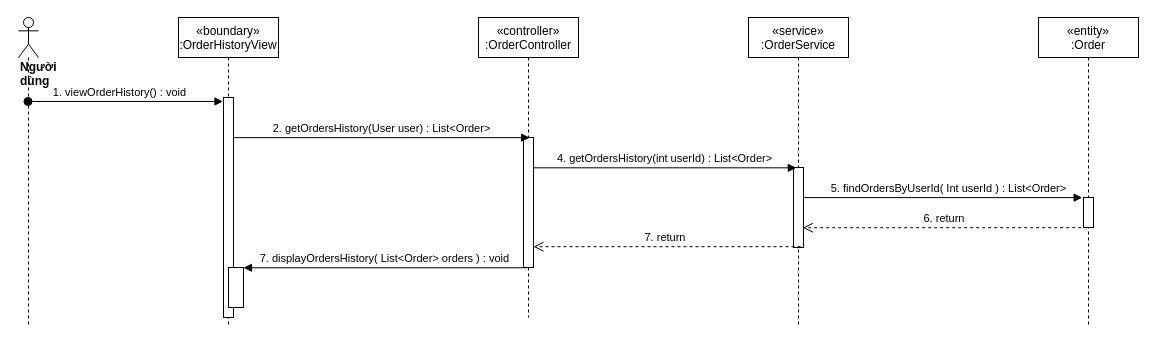
The draw.io diagram sequence diagram/getOrderHistory-sequence.drawio in nguyenphamvan/datn_20202, before the edit. Source tidied: cells renumbered, new cells numbered last; positions are measured from the earlier drawing's top-left corner, leaving out a move shared by most shapes. Both pictures are drawn from the tidied source at 100%, with x=0, y=0 at pixel (18, 17).
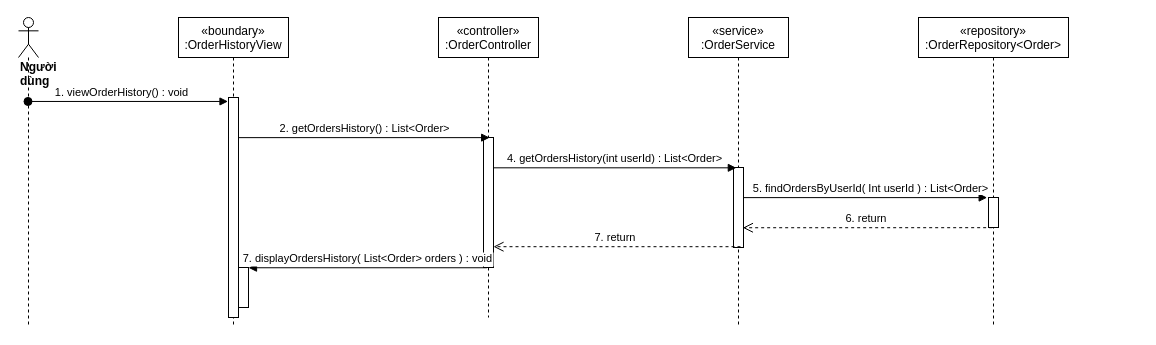
The same diagram, later.

Change to the diagram source:
```diff
@@
 <mxGraphModel>
   <root>
     <mxCell id="0" />
     <mxCell id="1" parent="0" />
     <mxCell id="2" value="«boundary»&#10;:OrderHistoryView" style="shape=umlLifeline;perimeter=lifelinePerimeter;rounded=0;shadow=0;strokeWidth=1;" parent="1" vertex="1">
-      <mxGeometry x="160" width="100" height="310" as="geometry" />
+      <mxGeometry x="160" width="110" height="310" as="geometry" />
     </mxCell>
     <mxCell id="3" style="points=[];perimeter=orthogonalPerimeter;rounded=0;shadow=0;strokeWidth=1;" parent="2" vertex="1">
-      <mxGeometry x="45" y="80" width="10" height="220" as="geometry" />
+      <mxGeometry x="50" y="80" width="10" height="220" as="geometry" />
     </mxCell>
     <mxCell id="4" style="html=1;points=[];perimeter=orthogonalPerimeter;" parent="2" vertex="1">
-      <mxGeometry x="50" y="250" width="15" height="40" as="geometry" />
+      <mxGeometry x="60" y="250" width="10" height="40" as="geometry" />
     </mxCell>
     <mxCell id="5" value="«controller»&#10;:OrderController" style="shape=umlLifeline;perimeter=lifelinePerimeter;rounded=0;shadow=0;strokeWidth=1;" parent="1" vertex="1">
-      <mxGeometry x="460" width="100" height="300" as="geometry" />
+      <mxGeometry x="420" width="100" height="300" as="geometry" />
     </mxCell>
     <mxCell id="6" style="points=[];perimeter=orthogonalPerimeter;rounded=0;shadow=0;strokeWidth=1;" parent="5" vertex="1">
       <mxGeometry x="45" y="120" width="10" height="130" as="geometry" />
     </mxCell>
     <mxCell id="7" value="&lt;div&gt;&lt;b&gt;Người dùng&lt;/b&gt;&lt;/div&gt;" style="shape=umlLifeline;participant=umlActor;perimeter=lifelinePerimeter;whiteSpace=wrap;html=1;verticalAlign=top;spacingTop=36;outlineConnect=0;align=left;" parent="1" vertex="1">
       <mxGeometry width="20" height="310" as="geometry" />
     </mxCell>
     <mxCell id="8" value="1. viewOrderHistory() : void" style="verticalAlign=bottom;startArrow=oval;endArrow=block;startSize=8;shadow=0;strokeWidth=1;entryX=-0.05;entryY=0.018;entryDx=0;entryDy=0;entryPerimeter=0;" parent="1" edge="1" source="7" target="3">
       <mxGeometry x="-0.06" relative="1" as="geometry" />
     </mxCell>
     <mxCell id="9" value="«service»&#10;:OrderService" style="shape=umlLifeline;perimeter=lifelinePerimeter;rounded=0;shadow=0;strokeWidth=1;" parent="1" vertex="1">
-      <mxGeometry x="730" width="100" height="310" as="geometry" />
+      <mxGeometry x="670" width="100" height="310" as="geometry" />
     </mxCell>
     <mxCell id="10" style="points=[];perimeter=orthogonalPerimeter;rounded=0;shadow=0;strokeWidth=1;" parent="9" vertex="1">
       <mxGeometry x="45" y="150" width="10" height="80" as="geometry" />
     </mxCell>
-    <mxCell id="11" value="2. getOrdersHistory(User user) : List&amp;lt;Order&amp;gt;" style="html=1;verticalAlign=bottom;endArrow=block;entryX=0.617;entryY=0.001;entryDx=0;entryDy=0;entryPerimeter=0;" parent="1" edge="1" source="3" target="6">
+    <mxCell id="11" value="2. getOrdersHistory() : List&amp;lt;Order&amp;gt;" style="html=1;verticalAlign=bottom;endArrow=block;entryX=0.617;entryY=0.001;entryDx=0;entryDy=0;entryPerimeter=0;" parent="1" edge="1" source="3" target="6">
       <mxGeometry relative="1" as="geometry" />
     </mxCell>
     <mxCell id="12" value="4. getOrdersHistory(int userId) : List&amp;lt;Order&amp;gt;" style="html=1;verticalAlign=bottom;endArrow=block;entryX=0.283;entryY=0.004;entryDx=0;entryDy=0;entryPerimeter=0;" parent="1" edge="1" source="6" target="10">
       <mxGeometry relative="1" as="geometry" />
     </mxCell>
-    <mxCell id="13" value="«entity»&#10;:Order" style="shape=umlLifeline;perimeter=lifelinePerimeter;rounded=0;shadow=0;strokeWidth=1;" parent="1" vertex="1">
-      <mxGeometry x="1020" width="100" height="310" as="geometry" />
+    <mxCell id="13" value="«repository»&#10;:OrderRepository&lt;Order&gt;" style="shape=umlLifeline;perimeter=lifelinePerimeter;rounded=0;shadow=0;strokeWidth=1;" parent="1" vertex="1">
+      <mxGeometry x="900" width="150" height="310" as="geometry" />
     </mxCell>
     <mxCell id="14" style="points=[];perimeter=orthogonalPerimeter;rounded=0;shadow=0;strokeWidth=1;" parent="13" vertex="1">
-      <mxGeometry x="45" y="180" width="10" height="30" as="geometry" />
+      <mxGeometry x="70" y="180" width="10" height="30" as="geometry" />
     </mxCell>
     <mxCell id="15" value="5. findOrdersByUserId( Int userId ) : List&amp;lt;Order&amp;gt;" style="html=1;verticalAlign=bottom;endArrow=block;entryX=-0.133;entryY=0.004;entryDx=0;entryDy=0;entryPerimeter=0;" parent="1" edge="1" source="10" target="14">
       <mxGeometry x="0.04" relative="1" as="geometry" />
     </mxCell>
     <mxCell id="16" value="6. return&amp;nbsp;" style="html=1;verticalAlign=bottom;endArrow=open;dashed=1;endSize=8;exitX=0.367;exitY=1.006;exitDx=0;exitDy=0;exitPerimeter=0;entryX=0.94;entryY=0.753;entryDx=0;entryDy=0;entryPerimeter=0;" parent="1" edge="1" source="14" target="10">
       <mxGeometry relative="1" as="geometry" />
     </mxCell>
     <mxCell id="17" value="7. return&amp;nbsp;" style="html=1;verticalAlign=bottom;endArrow=open;dashed=1;endSize=8;exitX=0.7;exitY=0.99;exitDx=0;exitDy=0;exitPerimeter=0;" parent="1" edge="1" source="10" target="6">
       <mxGeometry relative="1" as="geometry" />
     </mxCell>
     <mxCell id="18" value="7. displayOrdersHistory( List&lt;Order&gt; orders ) : void" style="verticalAlign=bottom;endArrow=block;shadow=0;strokeWidth=1;exitX=0.34;exitY=1.002;exitDx=0;exitDy=0;exitPerimeter=0;" parent="1" edge="1" source="6" target="4">
       <mxGeometry relative="1" as="geometry" />
     </mxCell>
   </root>
 </mxGraphModel>
```
